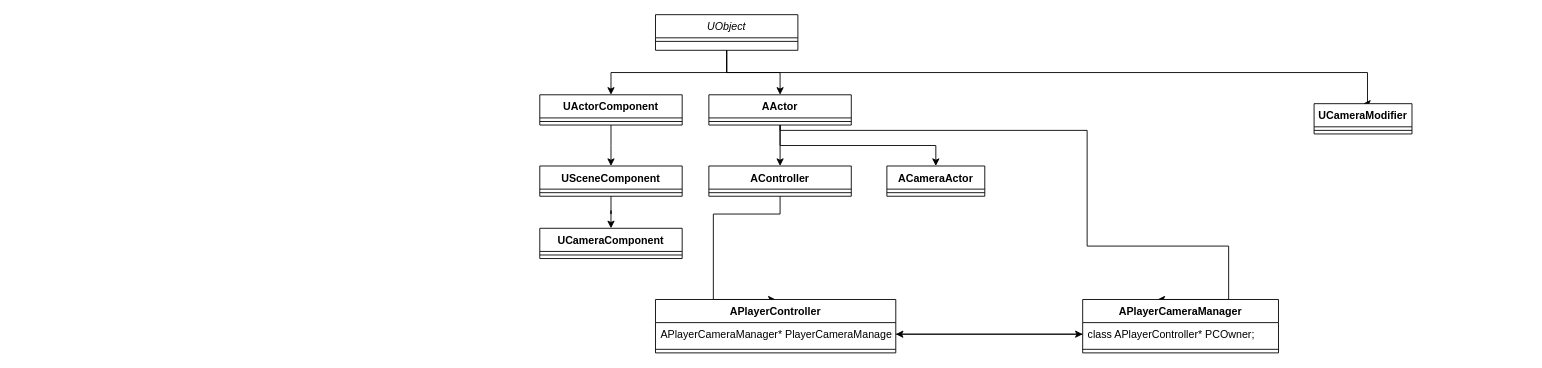
whukxggx/draw keeps this draw.io diagram as Untitled Diagram.drawio. Above is the earlier version. Source tidied: cells renumbered, new cells numbered last; positions are measured from the earlier drawing's top-left corner, leaving out a move shared by most shapes. Both pictures are drawn from the tidied source at 89%, with x=0, y=0 at pixel (539, 14).
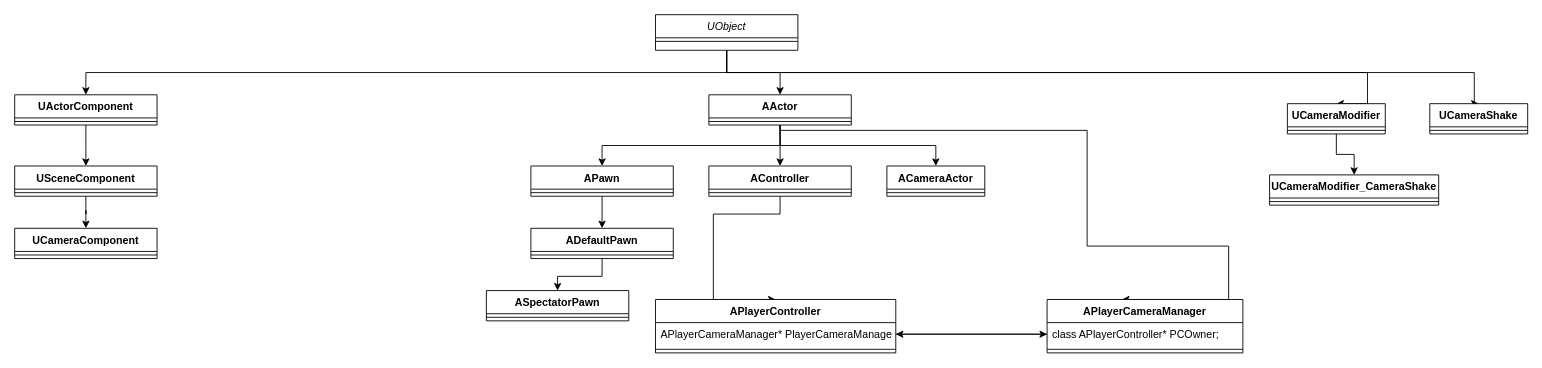
The same page after the edit.

The change refers to these unchanged cells:
```xml
<mxCell id="5" value="UObject&#10;" style="swimlane;fontStyle=2;align=center;verticalAlign=top;horizontal=1;startSize=26;rounded=0;shadow=0;strokeWidth=1;" parent="1" vertex="1">
  <mxGeometry x="130" width="160" height="40" as="geometry" />
</mxCell>
<mxCell id="18" value="AActor" style="swimlane;fontStyle=1;align=center;verticalAlign=top;horizontal=1;startSize=26;" parent="1" vertex="1">
  <mxGeometry x="190" y="90" width="160" height="34" as="geometry" />
</mxCell>
```

What changed in the source:
```diff
@@
+    <mxCell id="35" style="edgeStyle=orthogonalEdgeStyle;rounded=0;jettySize=auto;html=1;exitX=0.5;exitY=1;exitDx=0;exitDy=0;entryX=0.5;entryY=0;entryDx=0;entryDy=0;" parent="1" edge="1" source="5" target="38">
+      <mxGeometry relative="1" as="geometry">
+        <Array as="points">
+          <mxPoint x="210" y="65" />
+          <mxPoint x="1050" y="65" />
+          <mxPoint x="1050" y="100" />
+        </Array>
+      </mxGeometry>
+    </mxCell>
@@
     <mxCell id="7" style="edgeStyle=orthogonalEdgeStyle;rounded=0;jettySize=auto;html=1;exitX=0.5;exitY=1;exitDx=0;exitDy=0;" parent="1" edge="1" source="8">
       <mxGeometry relative="1" as="geometry">
-        <mxPoint x="80" y="170" as="targetPoint" />
+        <mxPoint x="-510" y="170" as="targetPoint" />
       </mxGeometry>
     </mxCell>
     <mxCell id="8" value="UActorComponent" style="swimlane;fontStyle=1;align=center;verticalAlign=top;horizontal=1;startSize=26;" parent="1" vertex="1">
-      <mxGeometry y="90" width="160" height="34" as="geometry" />
+      <mxGeometry x="-590" y="90" width="160" height="34" as="geometry" />
     </mxCell>
@@
     <mxCell id="11" value="USceneComponent" style="swimlane;fontStyle=1;align=center;verticalAlign=top;horizontal=1;startSize=26;" parent="1" vertex="1">
-      <mxGeometry y="170" width="160" height="34" as="geometry" />
+      <mxGeometry x="-590" y="170" width="160" height="34" as="geometry" />
     </mxCell>
@@
     <mxCell id="13" value="UCameraComponent" style="swimlane;fontStyle=1;align=center;verticalAlign=top;horizontal=1;startSize=26;" parent="1" vertex="1">
-      <mxGeometry y="240" width="160" height="34" as="geometry" />
+      <mxGeometry x="-590" y="240" width="160" height="34" as="geometry" />
     </mxCell>
@@
+    <mxCell id="36" style="edgeStyle=orthogonalEdgeStyle;rounded=0;jettySize=auto;html=1;exitX=0.5;exitY=1;exitDx=0;exitDy=0;entryX=0.5;entryY=0;entryDx=0;entryDy=0;" parent="1" edge="1" source="18" target="43">
+      <mxGeometry relative="1" as="geometry" />
+    </mxCell>
@@
     <mxCell id="28" value="APlayerCameraManager" style="swimlane;fontStyle=1;align=center;verticalAlign=top;horizontal=1;startSize=26;" parent="1" vertex="1">
-      <mxGeometry x="610" y="320" width="220" height="60" as="geometry" />
+      <mxGeometry x="570" y="320" width="220" height="60" as="geometry" />
     </mxCell>
@@
+    <mxCell id="37" style="edgeStyle=orthogonalEdgeStyle;rounded=0;jettySize=auto;html=1;exitX=0.5;exitY=1;exitDx=0;exitDy=0;entryX=0.5;entryY=0;entryDx=0;entryDy=0;" parent="1" edge="1" source="33" target="40">
+      <mxGeometry relative="1" as="geometry" />
+    </mxCell>
     <mxCell id="33" value="UCameraModifier" style="swimlane;fontStyle=1;align=center;verticalAlign=top;horizontal=1;startSize=26;" parent="1" vertex="1">
-      <mxGeometry x="870" y="100" width="110" height="34" as="geometry" />
+      <mxGeometry x="840" y="100" width="110" height="34" as="geometry" />
     </mxCell>
@@
+    <mxCell id="38" value="UCameraShake" style="swimlane;fontStyle=1;align=center;verticalAlign=top;horizontal=1;startSize=26;" parent="1" vertex="1">
+      <mxGeometry x="1000" y="100" width="110" height="34" as="geometry" />
+    </mxCell>
+    <mxCell id="39" style="line;strokeWidth=1;fillColor=none;align=left;verticalAlign=middle;spacingTop=-1;spacingLeft=3;spacingRight=3;labelPosition=right;" parent="38" vertex="1">
+      <mxGeometry y="26" width="110" height="8" as="geometry" />
+    </mxCell>
+    <mxCell id="40" value="UCameraModifier_CameraShake" style="swimlane;fontStyle=1;align=center;verticalAlign=top;horizontal=1;startSize=26;" parent="1" vertex="1">
+      <mxGeometry x="820" y="180" width="190" height="34" as="geometry" />
+    </mxCell>
+    <mxCell id="41" style="line;strokeWidth=1;fillColor=none;align=left;verticalAlign=middle;spacingTop=-1;spacingLeft=3;spacingRight=3;labelPosition=right;" parent="40" vertex="1">
+      <mxGeometry y="26" width="190" height="8" as="geometry" />
+    </mxCell>
+    <mxCell id="42" style="edgeStyle=orthogonalEdgeStyle;rounded=0;jettySize=auto;html=1;exitX=0.5;exitY=1;exitDx=0;exitDy=0;" parent="1" edge="1" source="43">
+      <mxGeometry relative="1" as="geometry">
+        <mxPoint x="70" y="240" as="targetPoint" />
+        <Array as="points">
+          <mxPoint x="70" y="240" />
+          <mxPoint x="70" y="240" />
+        </Array>
+      </mxGeometry>
+    </mxCell>
+    <mxCell id="43" value="APawn" style="swimlane;fontStyle=1;align=center;verticalAlign=top;horizontal=1;startSize=26;" parent="1" vertex="1">
+      <mxGeometry x="-10" y="170" width="160" height="34" as="geometry" />
+    </mxCell>
+    <mxCell id="44" style="line;strokeWidth=1;fillColor=none;align=left;verticalAlign=middle;spacingTop=-1;spacingLeft=3;spacingRight=3;labelPosition=right;" parent="43" vertex="1">
+      <mxGeometry y="26" width="160" height="8" as="geometry" />
+    </mxCell>
+    <mxCell id="45" style="edgeStyle=orthogonalEdgeStyle;rounded=0;jettySize=auto;html=1;exitX=0.5;exitY=1;exitDx=0;exitDy=0;entryX=0.5;entryY=0;entryDx=0;entryDy=0;" parent="1" edge="1" source="46" target="48">
+      <mxGeometry relative="1" as="geometry" />
+    </mxCell>
+    <mxCell id="46" value="ADefaultPawn" style="swimlane;fontStyle=1;align=center;verticalAlign=top;horizontal=1;startSize=26;" parent="1" vertex="1">
+      <mxGeometry x="-10" y="240" width="160" height="34" as="geometry" />
+    </mxCell>
+    <mxCell id="47" style="line;strokeWidth=1;fillColor=none;align=left;verticalAlign=middle;spacingTop=-1;spacingLeft=3;spacingRight=3;labelPosition=right;" parent="46" vertex="1">
+      <mxGeometry y="26" width="160" height="8" as="geometry" />
+    </mxCell>
+    <mxCell id="48" value="ASpectatorPawn" style="swimlane;fontStyle=1;align=center;verticalAlign=top;horizontal=1;startSize=26;" parent="1" vertex="1">
+      <mxGeometry x="-60" y="310" width="160" height="34" as="geometry" />
+    </mxCell>
+    <mxCell id="49" style="line;strokeWidth=1;fillColor=none;align=left;verticalAlign=middle;spacingTop=-1;spacingLeft=3;spacingRight=3;labelPosition=right;" parent="48" vertex="1">
+      <mxGeometry y="26" width="160" height="8" as="geometry" />
+    </mxCell>
```
